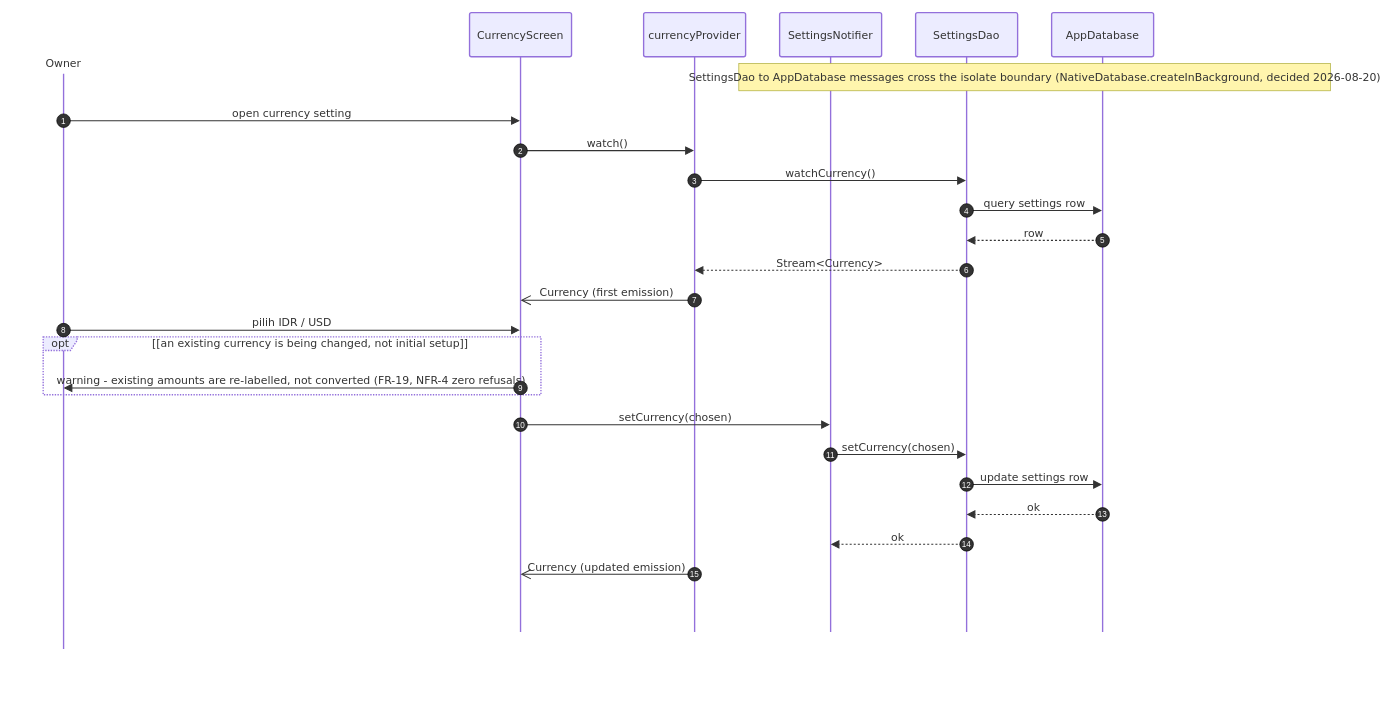
EldwinPr/uangsaku keeps this draw.io diagram as docs/diagrams/seq-uc14-choose-currency.drawio. Above is the earlier version. Source tidied: cells renumbered, new cells numbered last; positions are measured from the earlier drawing's top-left corner, leaving out a move shared by most shapes. Both pictures are drawn from the tidied source at 68%, with x=0, y=0 at pixel (12, 12).
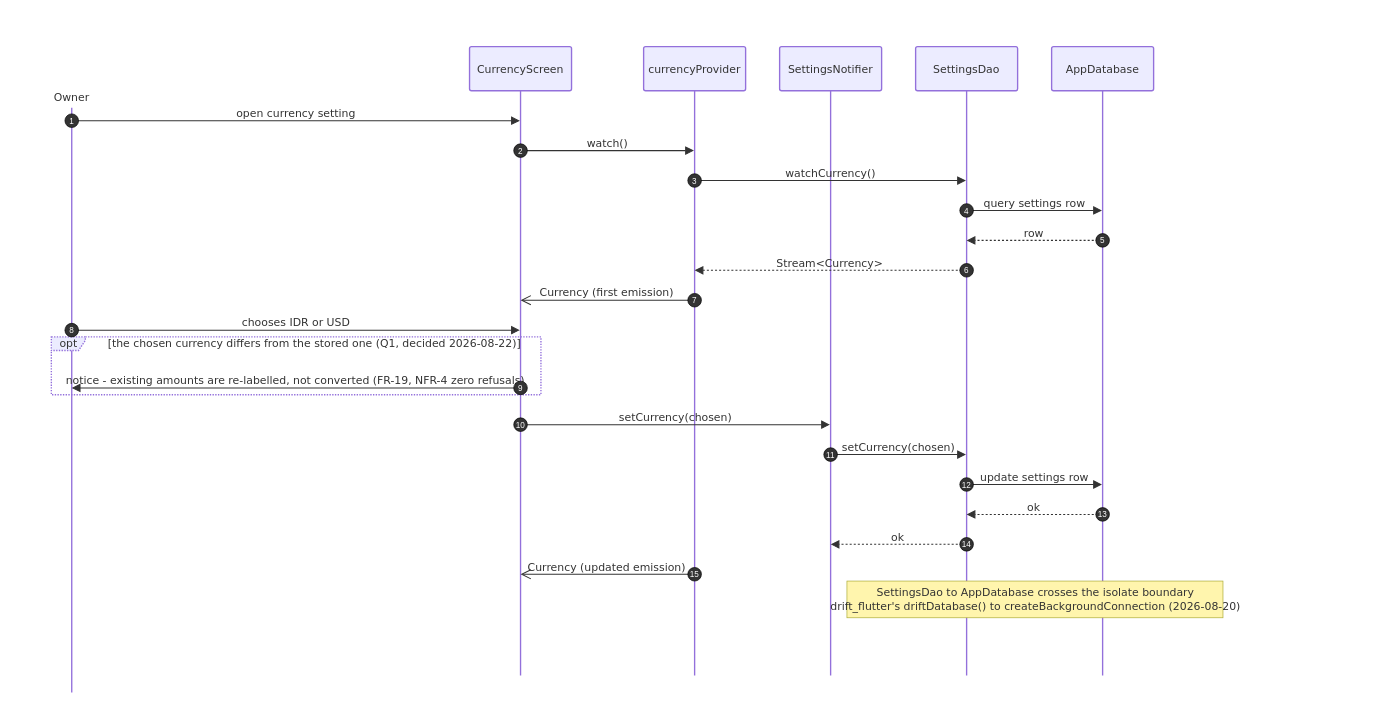
After the change.

What changed in the source:
```diff
@@
     <mxCell id="2" value="Owner" style="html=1;shape=umlLifeline;perimeter=lifelinePerimeter;whiteSpace=wrap;outlineConnect=0;portConstraint=eastwest;newEdgeStyle={&quot;edgeStyle&quot;:&quot;elbowEdgeStyle&quot;,&quot;elbow&quot;:&quot;vertical&quot;,&quot;curved&quot;:0,&quot;rounded&quot;:0};lifelineDashed=0;strokeWidth=2;rounded=1;absoluteArcSize=1;arcSize=6;lifelineColor=light-dark(#9370DB,#cccccc);participant=seqActorStick;verticalAlign=bottom;align=center;spacingBottom=4;size=90;lifelineMirror=1;fillColor=light-dark(#ECECFF,#1f2020);strokeColor=light-dark(#9370DB,#cccccc);fontColor=light-dark(#333333,#cccccc);fontFamily=Trebuchet MS,Verdana,Arial,sans-serif;fontSize=16;" parent="1" vertex="1">
-      <mxGeometry width="150" height="936" as="geometry" />
+      <mxGeometry x="12" y="50" width="150" height="950" as="geometry" />
     </mxCell>
     <mxCell id="3" value="CurrencyScreen" style="html=1;shape=umlLifeline;perimeter=lifelinePerimeter;whiteSpace=wrap;outlineConnect=0;portConstraint=eastwest;newEdgeStyle={&quot;edgeStyle&quot;:&quot;elbowEdgeStyle&quot;,&quot;elbow&quot;:&quot;vertical&quot;,&quot;curved&quot;:0,&quot;rounded&quot;:0};lifelineDashed=0;strokeWidth=2;rounded=1;absoluteArcSize=1;arcSize=6;lifelineColor=light-dark(#9370DB,#cccccc);size=65;lifelineMirror=1;fillColor=light-dark(#ECECFF,#1f2020);strokeColor=light-dark(#9370DB,#cccccc);fontColor=light-dark(#333333,#cccccc);fontFamily=Trebuchet MS,Verdana,Arial,sans-serif;fontSize=16;" parent="1" vertex="1">
-      <mxGeometry x="672" width="150" height="911" as="geometry" />
+      <mxGeometry x="672" y="50" width="150" height="925" as="geometry" />
     </mxCell>
     <mxCell id="4" value="currencyProvider" style="html=1;shape=umlLifeline;perimeter=lifelinePerimeter;whiteSpace=wrap;outlineConnect=0;portConstraint=eastwest;newEdgeStyle={&quot;edgeStyle&quot;:&quot;elbowEdgeStyle&quot;,&quot;elbow&quot;:&quot;vertical&quot;,&quot;curved&quot;:0,&quot;rounded&quot;:0};lifelineDashed=0;strokeWidth=2;rounded=1;absoluteArcSize=1;arcSize=6;lifelineColor=light-dark(#9370DB,#cccccc);size=65;lifelineMirror=1;fillColor=light-dark(#ECECFF,#1f2020);strokeColor=light-dark(#9370DB,#cccccc);fontColor=light-dark(#333333,#cccccc);fontFamily=Trebuchet MS,Verdana,Arial,sans-serif;fontSize=16;" parent="1" vertex="1">
-      <mxGeometry x="928" width="150" height="911" as="geometry" />
+      <mxGeometry x="928" y="50" width="150" height="925" as="geometry" />
     </mxCell>
     <mxCell id="5" value="SettingsNotifier" style="html=1;shape=umlLifeline;perimeter=lifelinePerimeter;whiteSpace=wrap;outlineConnect=0;portConstraint=eastwest;newEdgeStyle={&quot;edgeStyle&quot;:&quot;elbowEdgeStyle&quot;,&quot;elbow&quot;:&quot;vertical&quot;,&quot;curved&quot;:0,&quot;rounded&quot;:0};lifelineDashed=0;strokeWidth=2;rounded=1;absoluteArcSize=1;arcSize=6;lifelineColor=light-dark(#9370DB,#cccccc);size=65;lifelineMirror=1;fillColor=light-dark(#ECECFF,#1f2020);strokeColor=light-dark(#9370DB,#cccccc);fontColor=light-dark(#333333,#cccccc);fontFamily=Trebuchet MS,Verdana,Arial,sans-serif;fontSize=16;" parent="1" vertex="1">
-      <mxGeometry x="1128" width="150" height="911" as="geometry" />
+      <mxGeometry x="1128" y="50" width="150" height="925" as="geometry" />
     </mxCell>
     <mxCell id="6" value="SettingsDao" style="html=1;shape=umlLifeline;perimeter=lifelinePerimeter;whiteSpace=wrap;outlineConnect=0;portConstraint=eastwest;newEdgeStyle={&quot;edgeStyle&quot;:&quot;elbowEdgeStyle&quot;,&quot;elbow&quot;:&quot;vertical&quot;,&quot;curved&quot;:0,&quot;rounded&quot;:0};lifelineDashed=0;strokeWidth=2;rounded=1;absoluteArcSize=1;arcSize=6;lifelineColor=light-dark(#9370DB,#cccccc);size=65;lifelineMirror=1;fillColor=light-dark(#ECECFF,#1f2020);strokeColor=light-dark(#9370DB,#cccccc);fontColor=light-dark(#333333,#cccccc);fontFamily=Trebuchet MS,Verdana,Arial,sans-serif;fontSize=16;" parent="1" vertex="1">
-      <mxGeometry x="1328" width="150" height="911" as="geometry" />
+      <mxGeometry x="1328" y="50" width="150" height="925" as="geometry" />
     </mxCell>
     <mxCell id="7" value="AppDatabase" style="html=1;shape=umlLifeline;perimeter=lifelinePerimeter;whiteSpace=wrap;outlineConnect=0;portConstraint=eastwest;newEdgeStyle={&quot;edgeStyle&quot;:&quot;elbowEdgeStyle&quot;,&quot;elbow&quot;:&quot;vertical&quot;,&quot;curved&quot;:0,&quot;rounded&quot;:0};lifelineDashed=0;strokeWidth=2;rounded=1;absoluteArcSize=1;arcSize=6;lifelineColor=light-dark(#9370DB,#cccccc);size=65;lifelineMirror=1;fillColor=light-dark(#ECECFF,#1f2020);strokeColor=light-dark(#9370DB,#cccccc);fontColor=light-dark(#333333,#cccccc);fontFamily=Trebuchet MS,Verdana,Arial,sans-serif;fontSize=16;" parent="1" vertex="1">
-      <mxGeometry x="1528" width="150" height="911" as="geometry" />
+      <mxGeometry x="1528" y="50" width="150" height="925" as="geometry" />
     </mxCell>
     <mxCell id="8" value="opt" style="html=1;shape=umlFrame;dashed=1;fixDash=1;dashPattern=2 2;strokeWidth=2;fillColor=light-dark(#ECECFF,#1f2020);strokeColor=light-dark(#9370DB,#cccccc);fontSize=16;align=center;verticalAlign=middle;fontFamily=Trebuchet MS,Verdana,Arial,sans-serif;fontColor=light-dark(#333333,#cccccc);height=20;width=50;" parent="1" vertex="1">
-      <mxGeometry x="45" y="477" width="732" height="85" as="geometry" />
+      <mxGeometry x="57" y="477" width="720" height="85" as="geometry" />
     </mxCell>
-    <mxCell id="9" value="[[an existing currency is being changed, not initial setup]]" style="text;strokeColor=none;fillColor=none;align=center;verticalAlign=middle;whiteSpace=wrap;fontSize=16;fontFamily=Trebuchet MS,Verdana,Arial,sans-serif;fontColor=light-dark(#333333,#cccccc);" parent="8" vertex="1">
-      <mxGeometry x="54" y="2" width="678" height="16" as="geometry" />
+    <mxCell id="9" value="[the chosen currency differs from the stored one (Q1, decided 2026-08-22)]" style="text;strokeColor=none;fillColor=none;align=center;verticalAlign=middle;whiteSpace=wrap;fontSize=16;fontFamily=Trebuchet MS,Verdana,Arial,sans-serif;fontColor=light-dark(#333333,#cccccc);" parent="8" vertex="1">
+      <mxGeometry x="54" y="2" width="666" height="16" as="geometry" />
     </mxCell>
     <mxCell id="10" value="open currency setting" style="endArrow=block;endSize=9;verticalAlign=bottom;edgeStyle=elbowEdgeStyle;elbow=vertical;curved=0;rounded=0;fontSize=16;labelBackgroundColor=none;strokeWidth=1.5;strokeColor=light-dark(#333333,#cccccc);fontColor=light-dark(#333333,#cccccc);fontFamily=Trebuchet MS,Verdana,Arial,sans-serif;" parent="1" edge="1" source="2" target="3">
       <mxGeometry relative="1" as="geometry">
         <Array as="points">
-          <mxPoint x="411" y="159" />
+          <mxPoint x="417" y="159" />
         </Array>
       </mxGeometry>
     </mxCell>
     <mxCell id="11" value="1" style="ellipse;fillColor=light-dark(#333333,#cccccc);align=center;verticalAlign=middle;fontColor=light-dark(#FFFFFF,#333333);fontSize=12;" parent="1" vertex="1">
-      <mxGeometry x="65" y="149" width="20" height="20" as="geometry" />
+      <mxGeometry x="77" y="149" width="20" height="20" as="geometry" />
     </mxCell>
@@
-    <mxCell id="24" value="pilih IDR / USD" style="endArrow=block;endSize=9;verticalAlign=bottom;edgeStyle=elbowEdgeStyle;elbow=vertical;curved=0;rounded=0;fontSize=16;labelBackgroundColor=none;strokeWidth=1.5;strokeColor=light-dark(#333333,#cccccc);fontColor=light-dark(#333333,#cccccc);fontFamily=Trebuchet MS,Verdana,Arial,sans-serif;" parent="1" edge="1" source="2" target="3">
+    <mxCell id="24" value="chooses IDR or USD" style="endArrow=block;endSize=9;verticalAlign=bottom;edgeStyle=elbowEdgeStyle;elbow=vertical;curved=0;rounded=0;fontSize=16;labelBackgroundColor=none;strokeWidth=1.5;strokeColor=light-dark(#333333,#cccccc);fontColor=light-dark(#333333,#cccccc);fontFamily=Trebuchet MS,Verdana,Arial,sans-serif;" parent="1" edge="1" source="2" target="3">
       <mxGeometry relative="1" as="geometry">
         <Array as="points">
-          <mxPoint x="411" y="467" />
+          <mxPoint x="417" y="467" />
         </Array>
       </mxGeometry>
     </mxCell>
     <mxCell id="25" value="8" style="ellipse;fillColor=light-dark(#333333,#cccccc);align=center;verticalAlign=middle;fontColor=light-dark(#FFFFFF,#333333);fontSize=12;" parent="1" vertex="1">
-      <mxGeometry x="65" y="457" width="20" height="20" as="geometry" />
+      <mxGeometry x="77" y="457" width="20" height="20" as="geometry" />
     </mxCell>
-    <mxCell id="26" value="warning - existing amounts are re-labelled, not converted (FR-19, NFR-4 zero refusals)" style="endArrow=block;endSize=9;verticalAlign=bottom;edgeStyle=elbowEdgeStyle;elbow=vertical;curved=0;rounded=0;fontSize=16;labelBackgroundColor=none;strokeWidth=1.5;strokeColor=light-dark(#333333,#cccccc);fontColor=light-dark(#333333,#cccccc);fontFamily=Trebuchet MS,Verdana,Arial,sans-serif;" parent="1" edge="1" source="3" target="2">
+    <mxCell id="26" value="notice - existing amounts are re-labelled, not converted (FR-19, NFR-4 zero refusals)" style="endArrow=block;endSize=9;verticalAlign=bottom;edgeStyle=elbowEdgeStyle;elbow=vertical;curved=0;rounded=0;fontSize=16;labelBackgroundColor=none;strokeWidth=1.5;strokeColor=light-dark(#333333,#cccccc);fontColor=light-dark(#333333,#cccccc);fontFamily=Trebuchet MS,Verdana,Arial,sans-serif;" parent="1" edge="1" source="3" target="2">
       <mxGeometry relative="1" as="geometry">
         <Array as="points">
-          <mxPoint x="411" y="552" />
+          <mxPoint x="417" y="552" />
         </Array>
       </mxGeometry>
     </mxCell>
@@
-    <mxCell id="40" value="SettingsDao to AppDatabase messages cross the isolate boundary (NativeDatabase.createInBackground, decided 2026-08-20)" style="html=1;fillColor=light-dark(#fff5ad,#2a2a2a);strokeColor=light-dark(#aaaa33,#cccccc);fontColor=light-dark(#333333,#cccccc);fontFamily=Trebuchet MS,Verdana,Arial,sans-serif;fontSize=16;" parent="1" vertex="1">
-      <mxGeometry x="1068" y="75" width="870" height="40" as="geometry" />
+    <mxCell id="40" value="SettingsDao to AppDatabase crosses the isolate boundary&#10;drift_flutter's driftDatabase() to createBackgroundConnection (2026-08-20)" style="html=1;fillColor=light-dark(#fff5ad,#2a2a2a);strokeColor=light-dark(#aaaa33,#cccccc);fontColor=light-dark(#333333,#cccccc);fontFamily=Trebuchet MS,Verdana,Arial,sans-serif;fontSize=16;" parent="1" vertex="1">
+      <mxGeometry x="1227" y="836" width="553" height="54" as="geometry" />
     </mxCell>
```
